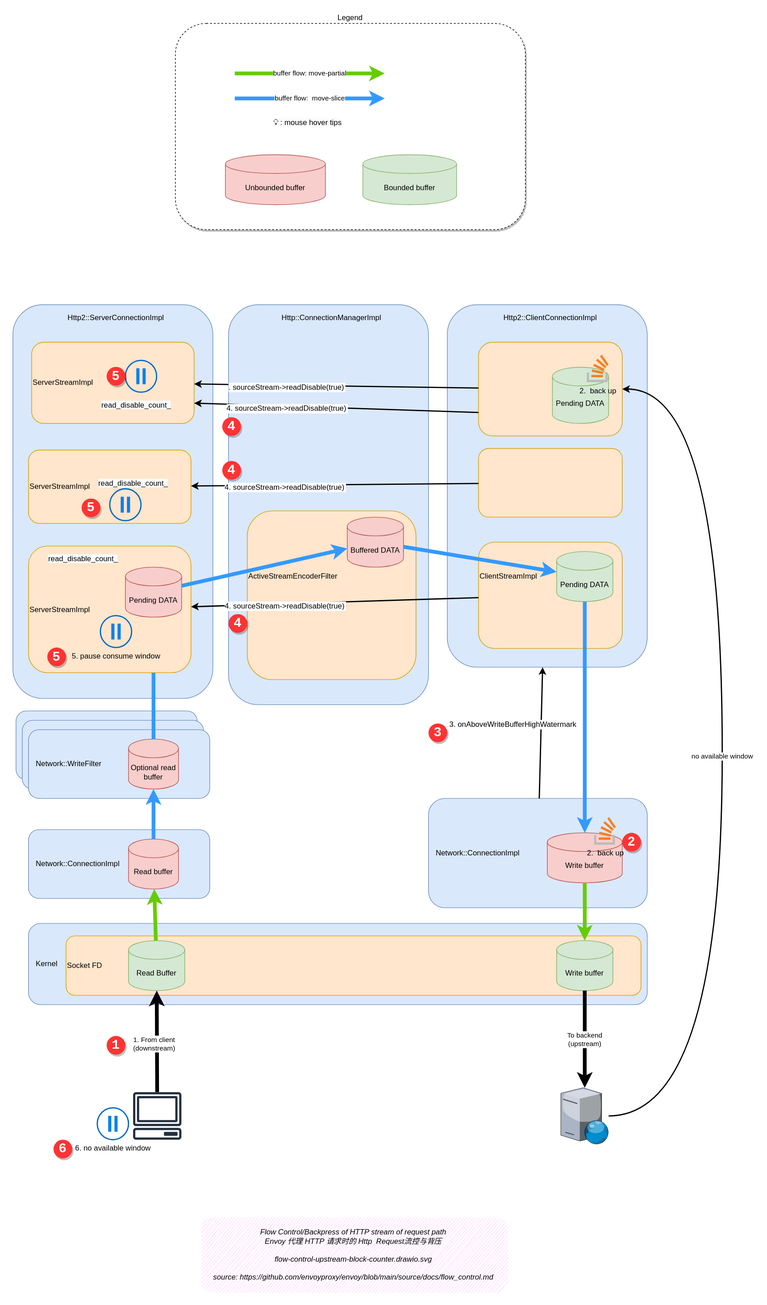
This is docs/source/ch2-envoy/arch/flow-control/flow-control.drawio.svg from labilezhu/istio-insider, a draw.io export, as it was before one commit. Source tidied: cells renumbered, new cells last; positions are measured from the earlier drawing's top-left corner, leaving out a move shared by most shapes.
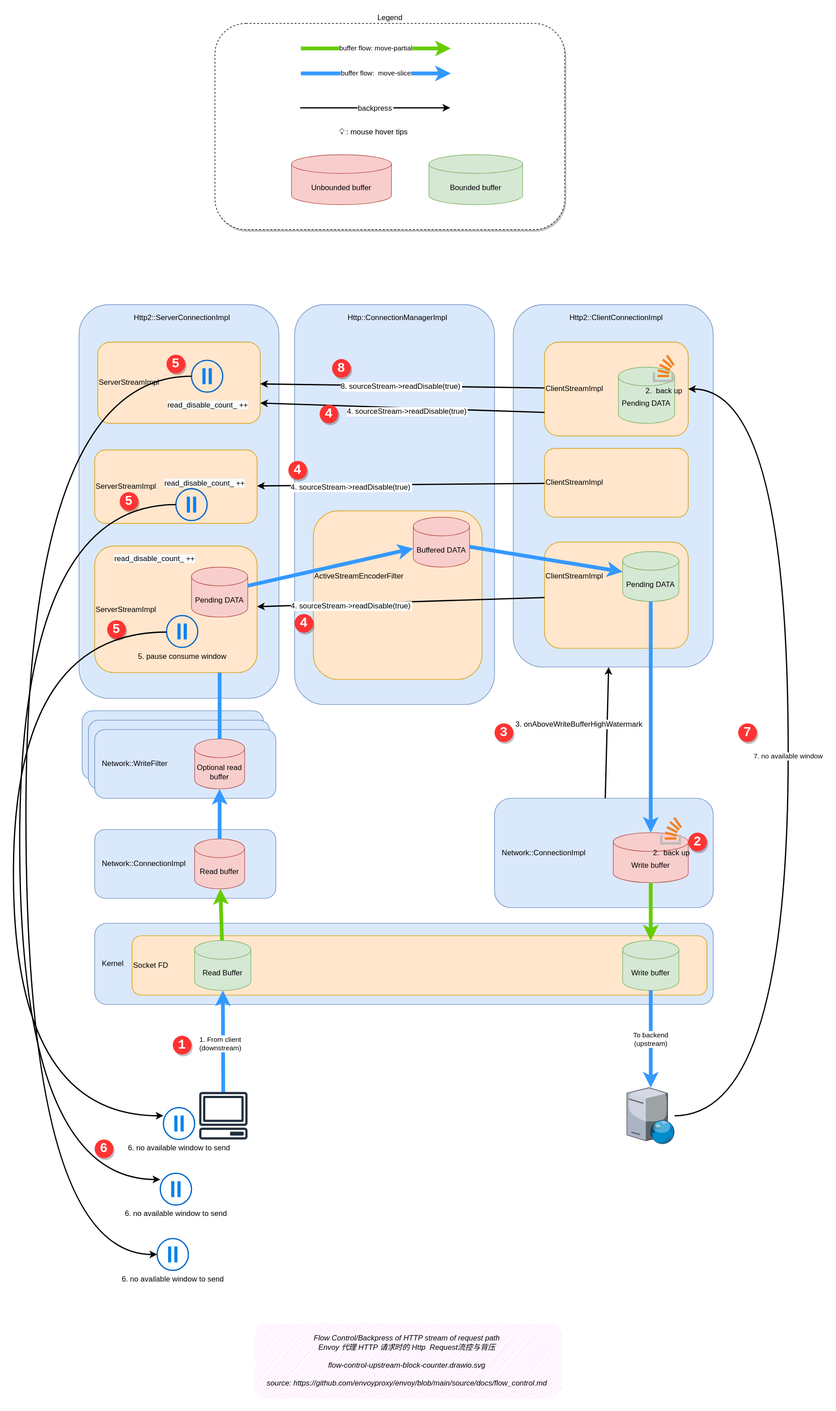
Above is the later version.

What changed in the source:
```diff
@@ -16,22 +16,22 @@
     </mxCell>
     <object id="6" label="&lt;font style=&quot;&quot;&gt;Flow Control/Backpress of HTTP stream of request path&lt;br&gt;Envoy 代理 HTTP 请求时的 Http&amp;nbsp; Request流控与背压&lt;br&gt;&lt;br&gt;%page%&lt;br&gt;&lt;br&gt;source:&amp;nbsp;&lt;a href=&quot;https://github.com/envoyproxy/envoy/blob/main/source/docs/flow_control.md&quot;&gt;https://github.com/envoyproxy/envoy/blob/main/source/docs/flow_control.md&lt;/a&gt;&lt;br&gt;&lt;/font&gt;" a="b" placeholders="1">
       <mxCell style="text;html=1;strokeColor=none;fillColor=#FFCCFF;align=center;verticalAlign=middle;whiteSpace=wrap;rounded=1;glass=0;sketch=1;shadow=0;fontStyle=2;fontSize=12;" parent="1" vertex="1">
-        <mxGeometry x="300" y="1910" width="490" height="120" as="geometry" />
+        <mxGeometry x="280" y="2080" width="490" height="120" as="geometry" />
       </mxCell>
     </object>
     <mxCell id="7" value="Legend" style="rounded=1;whiteSpace=wrap;html=1;fontColor=#000000;dashed=1;shadow=1;labelPosition=center;verticalLabelPosition=top;align=center;verticalAlign=bottom;" parent="1" vertex="1">
-      <mxGeometry x="260" width="560" height="330" as="geometry" />
+      <mxGeometry x="217.5" width="560" height="330" as="geometry" />
     </mxCell>
     <mxCell id="8" value="buffer flow: move-partial" style="endArrow=classic;html=1;strokeColor=#66CC00;fontColor=#000000;jumpStyle=arc;strokeWidth=6;" parent="1" edge="1">
       <mxGeometry relative="1" as="geometry">
-        <mxPoint x="355" y="80" as="sourcePoint" />
-        <mxPoint x="595" y="80" as="targetPoint" />
+        <mxPoint x="355" y="40" as="sourcePoint" />
+        <mxPoint x="595" y="40" as="targetPoint" />
       </mxGeometry>
     </mxCell>
     <mxCell id="9" value="buffer flow:&amp;nbsp; move-slice" style="endArrow=classic;html=1;strokeColor=#3399FF;fontColor=#000000;jumpStyle=arc;strokeWidth=6;" parent="1" edge="1">
       <mxGeometry relative="1" as="geometry">
-        <mxPoint x="355" y="120" as="sourcePoint" />
-        <mxPoint x="595" y="120" as="targetPoint" />
+        <mxPoint x="355" y="80" as="sourcePoint" />
+        <mxPoint x="595" y="80" as="targetPoint" />
       </mxGeometry>
     </mxCell>
     <mxCell id="10" value="Kernel" style="rounded=1;whiteSpace=wrap;html=1;fillColor=#dae8fc;strokeColor=#6c8ebf;align=left;spacingLeft=10;" parent="1" vertex="1">
@@ -97,10 +97,10 @@
     <mxCell id="30" value="Write buffer" style="shape=cylinder3;whiteSpace=wrap;html=1;boundedLbl=1;backgroundOutline=1;size=15;fillColor=#d5e8d4;strokeColor=#82b366;" parent="1" vertex="1">
       <mxGeometry x="870" y="1467.5" width="90" height="80" as="geometry" />
     </mxCell>
-    <mxCell id="31" value="To backend&lt;br style=&quot;border-color: var(--border-color);&quot;&gt;(upstream)" style="endArrow=none;html=1;strokeWidth=6;startArrow=classic;startFill=1;endFill=0;" parent="1" edge="1" source="54" target="30">
+    <mxCell id="31" value="To backend&lt;br style=&quot;border-color: var(--border-color);&quot;&gt;(upstream)" style="endArrow=none;html=1;strokeWidth=6;startArrow=classic;startFill=1;endFill=0;strokeColor=#3399FF;" parent="1" edge="1" source="54" target="30">
       <mxGeometry x="-0.01" relative="1" as="geometry" />
     </mxCell>
-    <mxCell id="32" value="1. From client&lt;br style=&quot;border-color: var(--border-color);&quot;&gt;(downstream)" style="endArrow=none;html=1;strokeWidth=6;startArrow=classic;startFill=1;endFill=0;" parent="1" edge="1" source="29" target="53">
+    <mxCell id="32" value="1. From client&lt;br style=&quot;border-color: var(--border-color);&quot;&gt;(downstream)" style="endArrow=none;html=1;strokeWidth=6;startArrow=classic;startFill=1;endFill=0;strokeColor=#3399FF;" parent="1" edge="1" source="29" target="53">
       <mxGeometry x="0.03" y="-5" relative="1" as="geometry">
         <mxPoint y="1" as="offset" />
       </mxGeometry>
@@ -129,10 +129,10 @@
     <mxCell id="40" value="Pending DATA" style="shape=cylinder3;whiteSpace=wrap;html=1;boundedLbl=1;backgroundOutline=1;size=15;fillColor=#f8cecc;strokeColor=#b85450;" parent="1" vertex="1">
       <mxGeometry x="180" y="870" width="90" height="80" as="geometry" />
     </mxCell>
-    <mxCell id="41" style="rounded=1;whiteSpace=wrap;html=1;align=left;fillColor=#ffe6cc;strokeColor=#d79b00;" parent="1" vertex="1">
+    <mxCell id="41" value="ClientStreamImpl" style="rounded=1;whiteSpace=wrap;html=1;align=left;fillColor=#ffe6cc;strokeColor=#d79b00;" parent="1" vertex="1">
       <mxGeometry x="745" y="510" width="230" height="150" as="geometry" />
     </mxCell>
-    <mxCell id="42" style="rounded=1;whiteSpace=wrap;html=1;align=left;fillColor=#ffe6cc;strokeColor=#d79b00;" parent="1" vertex="1">
+    <mxCell id="42" value="ClientStreamImpl" style="rounded=1;whiteSpace=wrap;html=1;align=left;fillColor=#ffe6cc;strokeColor=#d79b00;" parent="1" vertex="1">
       <mxGeometry x="745" y="680" width="230" height="110" as="geometry" />
     </mxCell>
     <mxCell id="43" value="ClientStreamImpl" style="rounded=1;whiteSpace=wrap;html=1;align=left;fillColor=#ffe6cc;strokeColor=#d79b00;spacingBottom=60;" parent="1" vertex="1">
@@ -151,7 +151,7 @@
       <mxGeometry relative="1" as="geometry" />
     </mxCell>
     <mxCell id="48" value="&lt;span style=&quot;color: rgb(0, 0, 0); font-family: Helvetica; font-size: 12px; font-style: normal; font-variant-ligatures: normal; font-variant-caps: normal; font-weight: 400; letter-spacing: normal; orphans: 2; text-align: left; text-indent: 0px; text-transform: none; widows: 2; word-spacing: 0px; -webkit-text-stroke-width: 0px; background-color: rgb(251, 251, 251); text-decoration-thickness: initial; text-decoration-style: initial; text-decoration-color: initial; float: none; display: inline !important;&quot;&gt;&amp;nbsp;💡 : mouse hover tips&lt;/span&gt;" style="text;whiteSpace=wrap;html=1;" parent="1" vertex="1">
-      <mxGeometry x="415" y="145" width="165" height="25" as="geometry" />
+      <mxGeometry x="415" y="160" width="165" height="25" as="geometry" />
     </mxCell>
     <mxCell id="49" value="2.&amp;nbsp; back up" style="dashed=0;html=1;align=center;labelPosition=center;verticalLabelPosition=bottom;verticalAlign=top;shape=mxgraph.weblogos.stackoverflow;strokeColor=default;fontSize=12;" parent="1" vertex="1">
       <mxGeometry x="930" y="1270" width="35" height="44" as="geometry" />
@@ -159,8 +159,8 @@
     <mxCell id="50" value="&lt;span style=&quot;text-align: left; background-color: rgb(251, 251, 251);&quot;&gt;3. onAboveWriteBufferHighWatermark&lt;/span&gt;" style="endArrow=classic;html=1;strokeWidth=2;fontSize=12;jumpStyle=arc;" parent="1" edge="1" source="13" target="25">
       <mxGeometry x="0.11" y="45" relative="1" as="geometry" />
     </mxCell>
-    <mxCell id="51" value=". sourceStream-&gt;readDisable(true)" style="endArrow=classic;strokeWidth=2;fontSize=12;jumpStyle=arc;" parent="1" edge="1" source="41" target="37">
-      <mxGeometry x="0.35" y="3" relative="1" as="geometry" />
+    <mxCell id="51" value="8. sourceStream-&gt;readDisable(true)" style="endArrow=classic;strokeWidth=2;fontSize=12;jumpStyle=arc;" parent="1" edge="1" source="41" target="37">
+      <mxGeometry x="0.01" relative="1" as="geometry" />
     </mxCell>
     <mxCell id="52" value="5. pause consume window" style="html=1;verticalLabelPosition=bottom;labelBackgroundColor=none;verticalAlign=top;shadow=0;dashed=0;strokeWidth=2;shape=mxgraph.ios7.misc.pause;strokeColor=#0066CC;sketch=0;fillColor=none;" parent="1" vertex="1">
       <mxGeometry x="140" y="947.5" width="50" height="51" as="geometry" />
@@ -171,7 +171,7 @@
     <mxCell id="54" style="verticalLabelPosition=bottom;sketch=0;html=1;verticalAlign=top;strokeColor=none;align=center;outlineConnect=0;shape=mxgraph.citrix.web_server;labelBackgroundColor=none;fillColor=none;" parent="1" vertex="1">
       <mxGeometry x="876.8" y="1703" width="76.5" height="90" as="geometry" />
     </mxCell>
-    <mxCell id="55" value="6. no available window" style="html=1;verticalLabelPosition=bottom;labelBackgroundColor=none;verticalAlign=top;shadow=0;dashed=0;strokeWidth=2;shape=mxgraph.ios7.misc.pause;strokeColor=#0066CC;sketch=0;fillColor=none;" parent="1" vertex="1">
+    <mxCell id="55" value="6. no available window to send" style="html=1;verticalLabelPosition=bottom;labelBackgroundColor=none;verticalAlign=top;shadow=0;dashed=0;strokeWidth=2;shape=mxgraph.ios7.misc.pause;strokeColor=#0066CC;sketch=0;fillColor=none;" parent="1" vertex="1">
       <mxGeometry x="135" y="1735" width="50" height="51" as="geometry" />
     </mxCell>
     <mxCell id="56" value="2" style="ellipse;whiteSpace=wrap;html=1;labelBackgroundColor=none;strokeColor=none;fillColor=#FF3333;gradientColor=none;fontColor=#FFFFFF;fontFamily=Courier New;fontStyle=1;fontSize=21;shadow=1;" parent="1" vertex="1">
@@ -187,10 +187,10 @@
       <mxGeometry x="345" y="945" width="30" height="30" as="geometry" />
     </mxCell>
     <mxCell id="60" value="5" style="ellipse;whiteSpace=wrap;html=1;labelBackgroundColor=none;strokeColor=none;fillColor=#FF3333;gradientColor=none;fontColor=#FFFFFF;fontFamily=Courier New;fontStyle=1;fontSize=21;shadow=1;" parent="1" vertex="1">
-      <mxGeometry x="55" y="998.5" width="30" height="30" as="geometry" />
+      <mxGeometry x="45" y="955" width="30" height="30" as="geometry" />
     </mxCell>
     <mxCell id="61" value="6" style="ellipse;whiteSpace=wrap;html=1;labelBackgroundColor=none;strokeColor=none;fillColor=#FF3333;gradientColor=none;fontColor=#FFFFFF;fontFamily=Courier New;fontStyle=1;fontSize=21;shadow=1;" parent="1" vertex="1">
-      <mxGeometry x="65" y="1786" width="30" height="30" as="geometry" />
+      <mxGeometry x="25" y="1786" width="30" height="30" as="geometry" />
     </mxCell>
     <mxCell id="62" value="4. sourceStream-&gt;readDisable(true)" style="endArrow=classic;strokeWidth=2;fontSize=12;jumpStyle=arc;" parent="1" edge="1" source="42" target="38">
       <mxGeometry x="0.35" y="3" relative="1" as="geometry" />
@@ -205,18 +205,18 @@
       <mxGeometry x="918.2" y="530" width="35" height="44" as="geometry" />
     </mxCell>
     <mxCell id="66" value="4. sourceStream-&gt;readDisable(true)" style="endArrow=classic;strokeWidth=2;fontSize=12;jumpStyle=arc;entryX=1;entryY=0.75;entryDx=0;entryDy=0;exitX=0;exitY=0.75;exitDx=0;exitDy=0;" parent="1" edge="1" source="41" target="37">
-      <mxGeometry x="0.35" y="3" relative="1" as="geometry" />
+      <mxGeometry x="-0.03" y="5" relative="1" as="geometry" />
     </mxCell>
-    <mxCell id="67" value="&lt;span style=&quot;color: rgb(0, 0, 0); font-family: Helvetica; font-size: 12px; font-style: normal; font-variant-ligatures: normal; font-variant-caps: normal; font-weight: 400; letter-spacing: normal; orphans: 2; text-align: left; text-indent: 0px; text-transform: none; widows: 2; word-spacing: 0px; -webkit-text-stroke-width: 0px; background-color: rgb(251, 251, 251); text-decoration-thickness: initial; text-decoration-style: initial; text-decoration-color: initial; float: none; display: inline !important;&quot;&gt;read_disable_count_&lt;/span&gt;" style="text;whiteSpace=wrap;html=1;fontSize=21;fontFamily=Courier New;fontColor=#FFFFFF;" parent="1" vertex="1">
+    <mxCell id="67" value="&lt;span style=&quot;color: rgb(0, 0, 0); font-family: Helvetica; font-size: 12px; font-style: normal; font-variant-ligatures: normal; font-variant-caps: normal; font-weight: 400; letter-spacing: normal; orphans: 2; text-align: left; text-indent: 0px; text-transform: none; widows: 2; word-spacing: 0px; -webkit-text-stroke-width: 0px; background-color: rgb(251, 251, 251); text-decoration-thickness: initial; text-decoration-style: initial; text-decoration-color: initial; float: none; display: inline !important;&quot;&gt;read_disable_count_ ++&lt;/span&gt;" style="text;whiteSpace=wrap;html=1;fontSize=21;fontFamily=Courier New;fontColor=#FFFFFF;" parent="1" vertex="1">
       <mxGeometry x="140" y="590" width="140" height="50" as="geometry" />
     </mxCell>
-    <mxCell id="68" value="&lt;span style=&quot;color: rgb(0, 0, 0); font-family: Helvetica; font-size: 12px; font-style: normal; font-variant-ligatures: normal; font-variant-caps: normal; font-weight: 400; letter-spacing: normal; orphans: 2; text-align: left; text-indent: 0px; text-transform: none; widows: 2; word-spacing: 0px; -webkit-text-stroke-width: 0px; background-color: rgb(251, 251, 251); text-decoration-thickness: initial; text-decoration-style: initial; text-decoration-color: initial; float: none; display: inline !important;&quot;&gt;read_disable_count_&lt;/span&gt;" style="text;whiteSpace=wrap;html=1;fontSize=21;fontFamily=Courier New;fontColor=#FFFFFF;" parent="1" vertex="1">
+    <mxCell id="68" value="&lt;span style=&quot;color: rgb(0, 0, 0); font-family: Helvetica; font-size: 12px; font-style: normal; font-variant-ligatures: normal; font-variant-caps: normal; font-weight: 400; letter-spacing: normal; orphans: 2; text-align: left; text-indent: 0px; text-transform: none; widows: 2; word-spacing: 0px; -webkit-text-stroke-width: 0px; background-color: rgb(251, 251, 251); text-decoration-thickness: initial; text-decoration-style: initial; text-decoration-color: initial; float: none; display: inline !important;&quot;&gt;read_disable_count_ ++&lt;/span&gt;" style="text;whiteSpace=wrap;html=1;fontSize=21;fontFamily=Courier New;fontColor=#FFFFFF;" parent="1" vertex="1">
       <mxGeometry x="135" y="715" width="140" height="50" as="geometry" />
     </mxCell>
-    <mxCell id="69" value="&lt;span style=&quot;color: rgb(0, 0, 0); font-family: Helvetica; font-size: 12px; font-style: normal; font-variant-ligatures: normal; font-variant-caps: normal; font-weight: 400; letter-spacing: normal; orphans: 2; text-align: left; text-indent: 0px; text-transform: none; widows: 2; word-spacing: 0px; -webkit-text-stroke-width: 0px; background-color: rgb(251, 251, 251); text-decoration-thickness: initial; text-decoration-style: initial; text-decoration-color: initial; float: none; display: inline !important;&quot;&gt;read_disable_count_&lt;/span&gt;" style="text;whiteSpace=wrap;html=1;fontSize=21;fontFamily=Courier New;fontColor=#FFFFFF;" parent="1" vertex="1">
+    <mxCell id="69" value="&lt;span style=&quot;color: rgb(0, 0, 0); font-family: Helvetica; font-size: 12px; font-style: normal; font-variant-ligatures: normal; font-variant-caps: normal; font-weight: 400; letter-spacing: normal; orphans: 2; text-align: left; text-indent: 0px; text-transform: none; widows: 2; word-spacing: 0px; -webkit-text-stroke-width: 0px; background-color: rgb(251, 251, 251); text-decoration-thickness: initial; text-decoration-style: initial; text-decoration-color: initial; float: none; display: inline !important;&quot;&gt;read_disable_count_ ++&lt;/span&gt;" style="text;whiteSpace=wrap;html=1;fontSize=21;fontFamily=Courier New;fontColor=#FFFFFF;" parent="1" vertex="1">
       <mxGeometry x="55" y="836.2" width="140" height="50" as="geometry" />
     </mxCell>
-    <mxCell id="70" value="no available window&amp;nbsp;" style="endArrow=none;html=1;strokeWidth=2;startArrow=classic;startFill=1;endFill=0;edgeStyle=orthogonalEdgeStyle;curved=1;" parent="1" edge="1" source="41" target="54">
+    <mxCell id="70" value="7. no available window&amp;nbsp;" style="endArrow=none;html=1;strokeWidth=2;startArrow=classic;startFill=1;endFill=0;edgeStyle=orthogonalEdgeStyle;curved=1;" parent="1" edge="1" source="41" target="54">
       <mxGeometry x="-0.01" relative="1" as="geometry">
         <Array as="points">
           <mxPoint x="1135" y="585" />
@@ -234,13 +234,55 @@
       <mxGeometry x="335" y="700" width="30" height="30" as="geometry" />
     </mxCell>
     <mxCell id="74" value="4" style="ellipse;whiteSpace=wrap;html=1;labelBackgroundColor=none;strokeColor=none;fillColor=#FF3333;gradientColor=none;fontColor=#FFFFFF;fontFamily=Courier New;fontStyle=1;fontSize=21;shadow=1;" parent="1" vertex="1">
-      <mxGeometry x="335" y="630" width="30" height="30" as="geometry" />
+      <mxGeometry x="385" y="610" width="30" height="30" as="geometry" />
     </mxCell>
     <mxCell id="75" value="5" style="ellipse;whiteSpace=wrap;html=1;labelBackgroundColor=none;strokeColor=none;fillColor=#FF3333;gradientColor=none;fontColor=#FFFFFF;fontFamily=Courier New;fontStyle=1;fontSize=21;shadow=1;" parent="1" vertex="1">
-      <mxGeometry x="110" y="760" width="30" height="30" as="geometry" />
+      <mxGeometry x="65" y="750" width="30" height="30" as="geometry" />
     </mxCell>
     <mxCell id="76" value="5" style="ellipse;whiteSpace=wrap;html=1;labelBackgroundColor=none;strokeColor=none;fillColor=#FF3333;gradientColor=none;fontColor=#FFFFFF;fontFamily=Courier New;fontStyle=1;fontSize=21;shadow=1;" parent="1" vertex="1">
-      <mxGeometry x="150" y="549.5" width="30" height="30" as="geometry" />
+      <mxGeometry x="140" y="530" width="30" height="30" as="geometry" />
     </mxCell>
+    <mxCell id="77" value="7" style="ellipse;whiteSpace=wrap;html=1;labelBackgroundColor=none;strokeColor=none;fillColor=#FF3333;gradientColor=none;fontColor=#FFFFFF;fontFamily=Courier New;fontStyle=1;fontSize=21;shadow=1;" parent="1" vertex="1">
+      <mxGeometry x="1055" y="1120" width="30" height="30" as="geometry" />
+    </mxCell>
+    <mxCell id="78" value="8" style="ellipse;whiteSpace=wrap;html=1;labelBackgroundColor=none;strokeColor=none;fillColor=#FF3333;gradientColor=none;fontColor=#FFFFFF;fontFamily=Courier New;fontStyle=1;fontSize=21;shadow=1;" parent="1" vertex="1">
+      <mxGeometry x="405" y="537" width="30" height="30" as="geometry" />
+    </mxCell>
+    <mxCell id="79" value="backpress" style="endArrow=classic;strokeWidth=2;fontSize=12;jumpStyle=arc;" parent="1" edge="1">
+      <mxGeometry relative="1" as="geometry">
+        <mxPoint x="354" y="135" as="sourcePoint" />
+        <mxPoint x="594" y="135" as="targetPoint" />
+      </mxGeometry>
+    </mxCell>
+    <mxCell id="80" style="endArrow=classic;html=1;strokeWidth=2;fontSize=12;jumpStyle=arc;edgeStyle=orthogonalEdgeStyle;curved=1;" parent="1" edge="1" source="52" target="55">
+      <mxGeometry x="0.11" y="45" relative="1" as="geometry">
+        <Array as="points">
+          <mxPoint x="-105" y="974" />
+          <mxPoint x="-105" y="1748" />
+        </Array>
+      </mxGeometry>
+    </mxCell>
+    <mxCell id="81" value="6. no available window to send" style="html=1;verticalLabelPosition=bottom;labelBackgroundColor=none;verticalAlign=top;shadow=0;dashed=0;strokeWidth=2;shape=mxgraph.ios7.misc.pause;strokeColor=#0066CC;sketch=0;fillColor=none;" parent="1" vertex="1">
+      <mxGeometry x="130" y="1840" width="50" height="51" as="geometry" />
+    </mxCell>
+    <mxCell id="82" value="6. no available window to send" style="html=1;verticalLabelPosition=bottom;labelBackgroundColor=none;verticalAlign=top;shadow=0;dashed=0;strokeWidth=2;shape=mxgraph.ios7.misc.pause;strokeColor=#0066CC;sketch=0;fillColor=none;" parent="1" vertex="1">
+      <mxGeometry x="125" y="1944.5" width="50" height="51" as="geometry" />
+    </mxCell>
+    <mxCell id="83" style="endArrow=classic;html=1;strokeWidth=2;fontSize=12;jumpStyle=arc;edgeStyle=orthogonalEdgeStyle;curved=1;" parent="1" edge="1" source="71" target="81">
+      <mxGeometry x="0.11" y="45" relative="1" as="geometry">
+        <Array as="points">
+          <mxPoint x="-95" y="770" />
+          <mxPoint x="-95" y="1850" />
+        </Array>
+      </mxGeometry>
+    </mxCell>
+    <mxCell id="84" style="endArrow=classic;html=1;strokeWidth=2;fontSize=12;jumpStyle=arc;edgeStyle=orthogonalEdgeStyle;curved=1;exitX=0;exitY=0.5;exitDx=0;exitDy=0;exitPerimeter=0;" parent="1" edge="1" source="72" target="82">
+      <mxGeometry x="0.11" y="45" relative="1" as="geometry">
+        <Array as="points">
+          <mxPoint x="-85" y="565" />
+          <mxPoint x="-85" y="1970" />
+        </Array>
+      </mxGeometry>
+    </mxCell>
   </root>
 </mxGraphModel>
```
